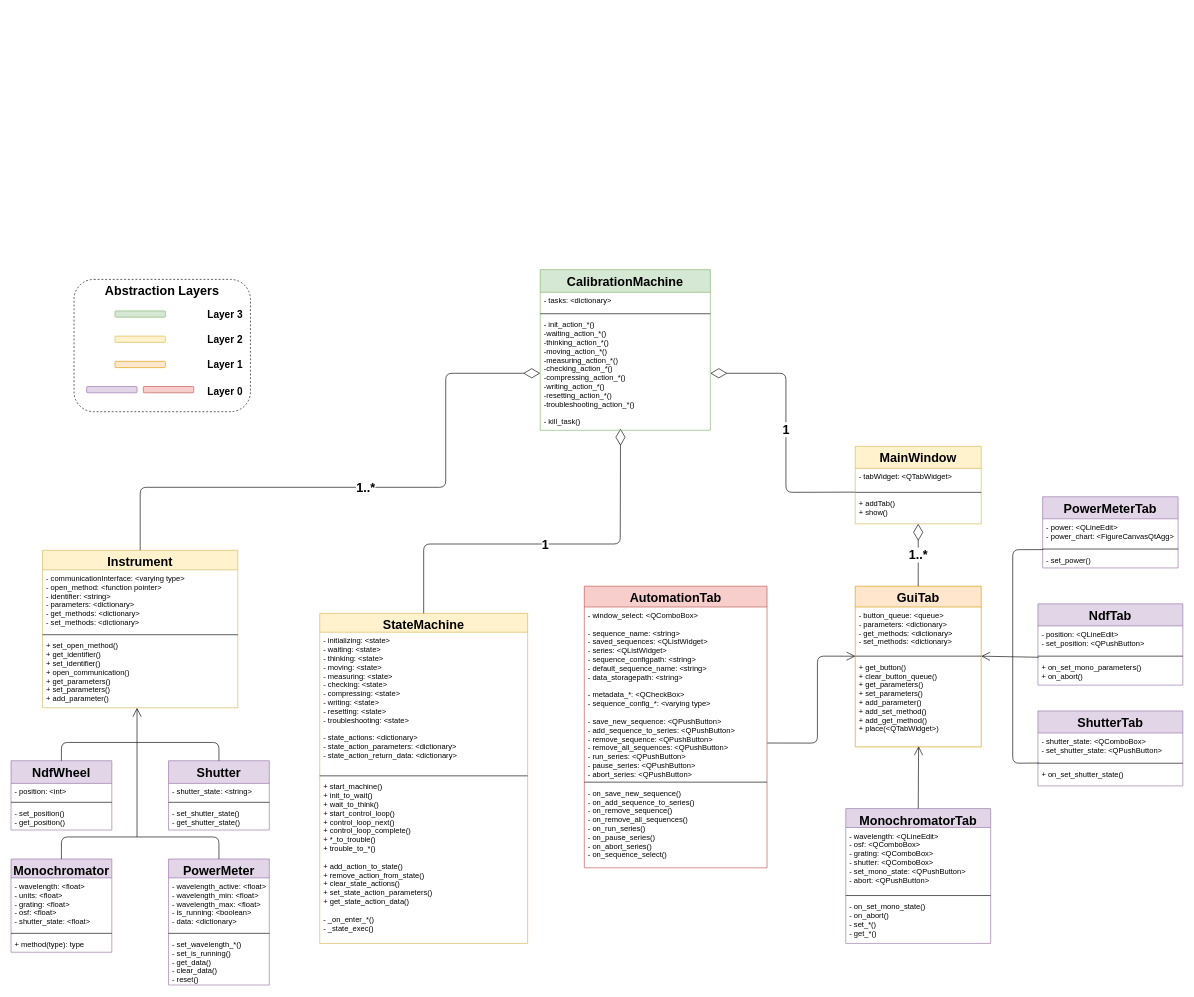
Earlier version of the draw.io diagram SPHEREx-Calibration-Automation/presentations/Review/SPHEREx_TestCal_AutomationSoftware.drawio (samcondon4/SPHEREx-lab-tools). Source tidied: cells renumbered, new cells numbered last; positions are measured from the earlier drawing's top-left corner, leaving out a move shared by most shapes. Both pictures are drawn from the tidied source at 63%, with x=0, y=0 at pixel (11, 269).
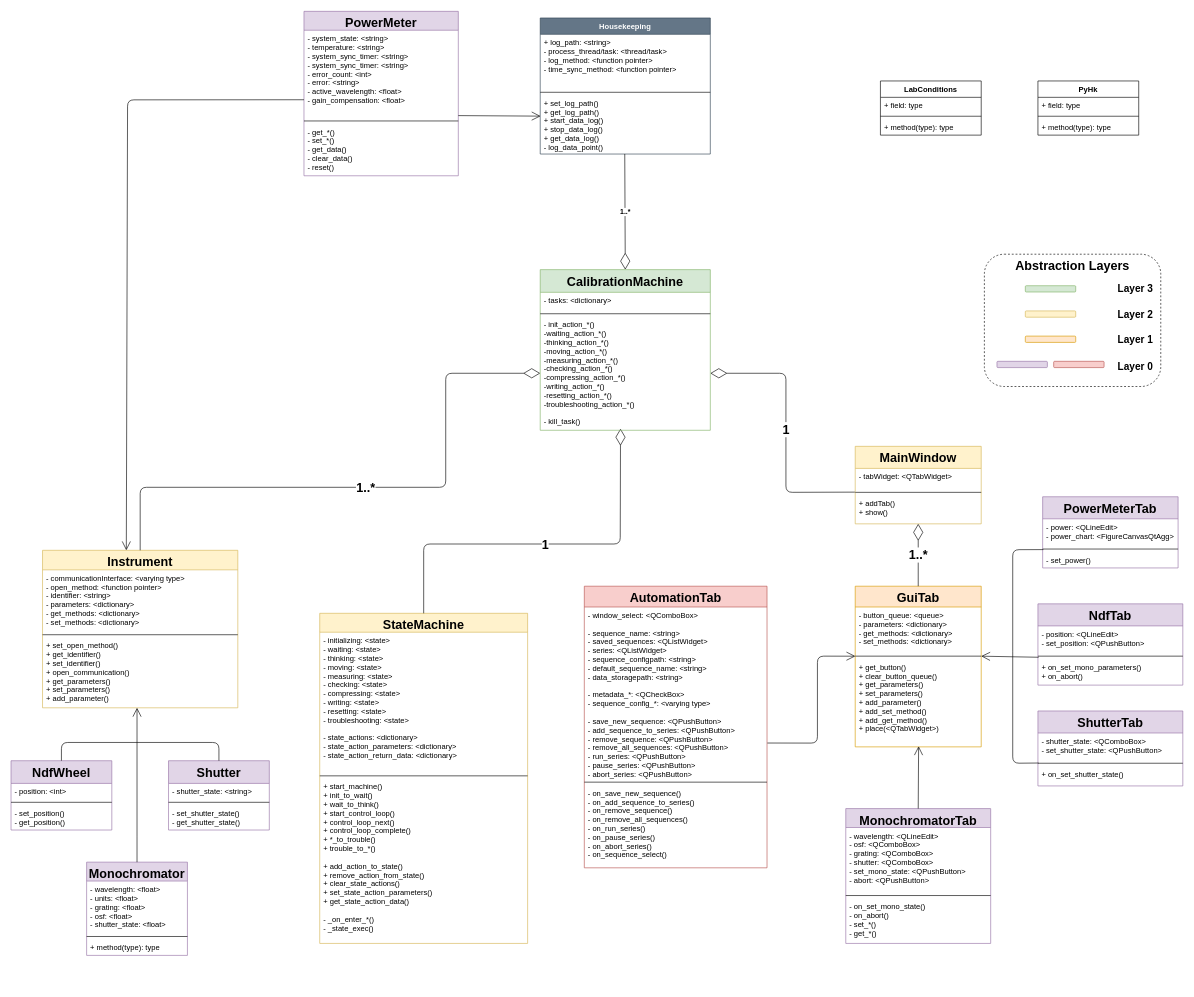
Above is the later version.

The change refers to these unchanged cells:
```xml
<mxCell id="69" value="CalibrationMachine" style="swimlane;fontStyle=1;align=center;verticalAlign=top;horizontal=1;startSize=36;fontSize=20;strokeColor=#82b366;fillColor=#d5e8d4;" parent="1" vertex="1">
  <mxGeometry x="840" y="0.5" width="270" height="255" as="geometry" />
</mxCell>
```

Change to the diagram source:
```diff
@@
     <mxCell id="2" value="Abstraction Layers" style="rounded=1;whiteSpace=wrap;html=1;fontSize=20;align=center;fillColor=none;dashed=1;verticalAlign=top;fontStyle=1;" parent="1" vertex="1">
-      <mxGeometry x="100" y="16" width="280" height="210" as="geometry" />
+      <mxGeometry x="1545" y="-24" width="280" height="210" as="geometry" />
     </mxCell>
@@
     <mxCell id="55" value="Monochromator" style="swimlane;fontStyle=1;align=center;verticalAlign=top;horizontal=1;startSize=30;fontSize=20;fillColor=#e1d5e7;strokeColor=#9673a6;" parent="1" vertex="1">
-      <mxGeometry y="936" width="160" height="148" as="geometry" />
+      <mxGeometry x="120" y="941" width="160" height="148" as="geometry" />
     </mxCell>
@@
     <mxCell id="59" value="PowerMeter" style="swimlane;fontStyle=1;align=center;verticalAlign=top;horizontal=1;startSize=30;fontSize=20;fillColor=#e1d5e7;strokeColor=#9673a6;" parent="1" vertex="1">
-      <mxGeometry x="250" y="936" width="160" height="200" as="geometry" />
+      <mxGeometry x="465" y="-409.5" width="245" height="261" as="geometry" />
     </mxCell>
-    <mxCell id="60" value="- wavelength_active: &lt;float&gt;&#10;- wavelength_min: &lt;float&gt;&#10;- wavelength_max: &lt;float&gt;&#10;- is_running: &lt;boolean&gt;&#10;- data: &lt;dictionary&gt;" style="text;strokeColor=none;fillColor=none;align=left;verticalAlign=top;spacingLeft=4;spacingRight=4;overflow=hidden;points=[[0,0.5],[1,0.5]];portConstraint=eastwest;" parent="59" vertex="1">
-      <mxGeometry y="30" width="160" height="84" as="geometry" />
+    <mxCell id="60" value="- system_state: &lt;string&gt;&#10;- temperature: &lt;string&gt;&#10;- system_sync_timer: &lt;string&gt;&#10;- system_sync_timer: &lt;string&gt;&#10;- error_count: &lt;int&gt;&#10;- error: &lt;string&gt;&#10;- active_wavelength: &lt;float&gt;&#10;- gain_compensation: &lt;float&gt;&#10;" style="text;strokeColor=none;fillColor=none;align=left;verticalAlign=top;spacingLeft=4;spacingRight=4;overflow=hidden;points=[[0,0.5],[1,0.5]];portConstraint=eastwest;" parent="59" vertex="1">
+      <mxGeometry y="30" width="245" height="140" as="geometry" />
     </mxCell>
     <mxCell id="61" style="line;strokeWidth=1;fillColor=none;align=left;verticalAlign=middle;spacingTop=-1;spacingLeft=3;spacingRight=3;labelPosition=right;" parent="59" vertex="1">
-      <mxGeometry y="114" width="160" height="8" as="geometry" />
+      <mxGeometry y="170" width="245" height="8" as="geometry" />
     </mxCell>
-    <mxCell id="62" value="- set_wavelength_*()&#10;- set_is_running()&#10;- get_data()&#10;- clear_data()&#10;- reset()" style="text;strokeColor=none;fillColor=none;align=left;verticalAlign=top;spacingLeft=4;spacingRight=4;overflow=hidden;" parent="59" vertex="1">
-      <mxGeometry y="122" width="160" height="78" as="geometry" />
+    <mxCell id="62" value="- get_*()&#10;- set_*()&#10;- get_data()&#10;- clear_data()&#10;- reset()" style="text;strokeColor=none;fillColor=none;align=left;verticalAlign=top;spacingLeft=4;spacingRight=4;overflow=hidden;" parent="59" vertex="1">
+      <mxGeometry y="178" width="245" height="83" as="geometry" />
     </mxCell>
@@
     <mxCell id="66" style="endArrow=none;html=1;fontSize=20;exitX=0.5;exitY=0;exitDx=0;exitDy=0;" parent="1" edge="1" source="55">
       <mxGeometry relative="1" as="geometry">
         <mxPoint x="200" y="901" as="targetPoint" />
-        <Array as="points">
-          <mxPoint x="80" y="901" />
-        </Array>
       </mxGeometry>
     </mxCell>
-    <mxCell id="67" style="endArrow=none;html=1;fontSize=20;exitX=0.5;exitY=0;exitDx=0;exitDy=0;" parent="1" edge="1" source="59">
-      <mxGeometry relative="1" as="geometry">
-        <mxPoint x="200" y="901" as="targetPoint" />
-        <Array as="points">
-          <mxPoint x="330" y="901" />
-        </Array>
-      </mxGeometry>
-    </mxCell>
@@
     <mxCell id="73" style="rounded=1;whiteSpace=wrap;html=1;fontSize=12;strokeColor=#d6b656;align=left;fillColor=#fff2cc;" parent="1" vertex="1">
-      <mxGeometry x="165" y="106" width="80" height="10" as="geometry" />
+      <mxGeometry x="1610" y="66" width="80" height="10" as="geometry" />
     </mxCell>
     <mxCell id="74" style="rounded=1;whiteSpace=wrap;html=1;fontSize=12;strokeColor=#b85450;align=left;fillColor=#f8cecc;" parent="1" vertex="1">
-      <mxGeometry x="210" y="186" width="80" height="10" as="geometry" />
+      <mxGeometry x="1655" y="146" width="80" height="10" as="geometry" />
     </mxCell>
     <mxCell id="75" style="rounded=1;whiteSpace=wrap;html=1;fontSize=12;strokeColor=#9673a6;align=left;fillColor=#e1d5e7;" parent="1" vertex="1">
-      <mxGeometry x="120" y="186" width="80" height="10" as="geometry" />
+      <mxGeometry x="1565" y="146" width="80" height="10" as="geometry" />
     </mxCell>
     <mxCell id="76" style="rounded=1;whiteSpace=wrap;html=1;fontSize=12;strokeColor=#d79b00;align=left;fillColor=#ffe6cc;" parent="1" vertex="1">
-      <mxGeometry x="165" y="146" width="80" height="10" as="geometry" />
+      <mxGeometry x="1610" y="106" width="80" height="10" as="geometry" />
     </mxCell>
     <mxCell id="77" style="rounded=1;whiteSpace=wrap;html=1;fontSize=12;strokeColor=#82b366;align=left;fillColor=#d5e8d4;" parent="1" vertex="1">
-      <mxGeometry x="165" y="66" width="80" height="10" as="geometry" />
+      <mxGeometry x="1610" y="26" width="80" height="10" as="geometry" />
     </mxCell>
     <mxCell id="78" value="Layer 0" style="text;html=1;strokeColor=none;fillColor=none;align=center;verticalAlign=middle;whiteSpace=wrap;rounded=0;fontStyle=1;fontSize=16;" parent="1" vertex="1">
-      <mxGeometry x="310" y="186" width="60" height="15" as="geometry" />
+      <mxGeometry x="1755" y="146" width="60" height="15" as="geometry" />
     </mxCell>
     <mxCell id="79" value="Layer 1" style="text;html=1;strokeColor=none;fillColor=none;align=center;verticalAlign=middle;whiteSpace=wrap;rounded=0;fontStyle=1;fontSize=16;" parent="1" vertex="1">
-      <mxGeometry x="310" y="141" width="60" height="20" as="geometry" />
+      <mxGeometry x="1755" y="101" width="60" height="20" as="geometry" />
     </mxCell>
     <mxCell id="80" value="Layer 2" style="text;html=1;strokeColor=none;fillColor=none;align=center;verticalAlign=middle;whiteSpace=wrap;rounded=0;fontStyle=1;fontSize=16;" parent="1" vertex="1">
-      <mxGeometry x="310" y="101" width="60" height="20" as="geometry" />
+      <mxGeometry x="1755" y="61" width="60" height="20" as="geometry" />
     </mxCell>
     <mxCell id="81" value="Layer 3" style="text;html=1;strokeColor=none;fillColor=none;align=center;verticalAlign=middle;whiteSpace=wrap;rounded=0;fontStyle=1;fontSize=16;" parent="1" vertex="1">
-      <mxGeometry x="310" y="61" width="60" height="20" as="geometry" />
+      <mxGeometry x="1755" y="21" width="60" height="20" as="geometry" />
     </mxCell>
+    <mxCell id="82" value="Housekeeping" style="swimlane;fontStyle=1;align=center;verticalAlign=top;horizontal=1;startSize=26;fillColor=#647687;strokeColor=#314354;fontColor=#ffffff;" parent="1" vertex="1">
+      <mxGeometry x="840" y="-399" width="270" height="216" as="geometry" />
+    </mxCell>
+    <mxCell id="83" value="+ log_path: &lt;string&gt;&#10;- process_thread/task: &lt;thread/task&gt;&#10;- log_method: &lt;function pointer&gt;&#10;- time_sync_method: &lt;function pointer&gt;" style="text;strokeColor=none;fillColor=none;align=left;verticalAlign=top;spacingLeft=4;spacingRight=4;overflow=hidden;" parent="82" vertex="1">
+      <mxGeometry y="26" width="270" height="88" as="geometry" />
+    </mxCell>
+    <mxCell id="84" style="line;strokeWidth=1;fillColor=none;align=left;verticalAlign=middle;spacingTop=-1;spacingLeft=3;spacingRight=3;labelPosition=right;" parent="82" vertex="1">
+      <mxGeometry y="114" width="270" height="8" as="geometry" />
+    </mxCell>
+    <mxCell id="85" value="+ set_log_path()&#10;+ get_log_path()&#10;+ start_data_log()&#10;+ stop_data_log()&#10;+ get_data_log()&#10;- log_data_point()" style="text;strokeColor=none;fillColor=none;align=left;verticalAlign=top;spacingLeft=4;spacingRight=4;overflow=hidden;points=[[0,0.5],[1,0.5]];portConstraint=eastwest;" parent="82" vertex="1">
+      <mxGeometry y="122" width="270" height="94" as="geometry" />
+    </mxCell>
+    <mxCell id="86" value="1..*" style="endArrow=diamondThin;endFill=0;endSize=24;html=1;entryX=0.5;entryY=0;entryDx=0;entryDy=0;fontStyle=1;exitX=0.497;exitY=0.999;exitDx=0;exitDy=0;exitPerimeter=0;" parent="1" edge="1" source="85" target="69">
+      <mxGeometry relative="1" as="geometry" />
+    </mxCell>
+    <mxCell id="87" value="PyHk&#10;" style="swimlane;fontStyle=1;align=center;verticalAlign=top;horizontal=1;startSize=26;" parent="1" vertex="1">
+      <mxGeometry x="1630" y="-299" width="160" height="86" as="geometry" />
+    </mxCell>
+    <mxCell id="88" value="+ field: type" style="text;strokeColor=none;fillColor=none;align=left;verticalAlign=top;spacingLeft=4;spacingRight=4;overflow=hidden;" parent="87" vertex="1">
+      <mxGeometry y="26" width="160" height="26" as="geometry" />
+    </mxCell>
+    <mxCell id="89" style="line;strokeWidth=1;fillColor=none;align=left;verticalAlign=middle;spacingTop=-1;spacingLeft=3;spacingRight=3;labelPosition=right;" parent="87" vertex="1">
+      <mxGeometry y="52" width="160" height="8" as="geometry" />
+    </mxCell>
+    <mxCell id="90" value="+ method(type): type" style="text;strokeColor=none;fillColor=none;align=left;verticalAlign=top;spacingLeft=4;spacingRight=4;overflow=hidden;" parent="87" vertex="1">
+      <mxGeometry y="60" width="160" height="26" as="geometry" />
+    </mxCell>
+    <mxCell id="91" value="LabConditions" style="swimlane;fontStyle=1;align=center;verticalAlign=top;horizontal=1;startSize=26;" parent="1" vertex="1">
+      <mxGeometry x="1380" y="-299" width="160" height="86" as="geometry" />
+    </mxCell>
+    <mxCell id="92" value="+ field: type" style="text;strokeColor=none;fillColor=none;align=left;verticalAlign=top;spacingLeft=4;spacingRight=4;overflow=hidden;" parent="91" vertex="1">
+      <mxGeometry y="26" width="160" height="26" as="geometry" />
+    </mxCell>
+    <mxCell id="93" style="line;strokeWidth=1;fillColor=none;align=left;verticalAlign=middle;spacingTop=-1;spacingLeft=3;spacingRight=3;labelPosition=right;" parent="91" vertex="1">
+      <mxGeometry y="52" width="160" height="8" as="geometry" />
+    </mxCell>
+    <mxCell id="94" value="+ method(type): type" style="text;strokeColor=none;fillColor=none;align=left;verticalAlign=top;spacingLeft=4;spacingRight=4;overflow=hidden;" parent="91" vertex="1">
+      <mxGeometry y="60" width="160" height="26" as="geometry" />
+    </mxCell>
+    <mxCell id="95" style="endArrow=open;endFill=1;endSize=12;html=1;entryX=0.002;entryY=0.36;entryDx=0;entryDy=0;entryPerimeter=0;" parent="1" edge="1" target="85">
+      <mxGeometry relative="1" as="geometry">
+        <mxPoint x="710" y="-244" as="sourcePoint" />
+      </mxGeometry>
+    </mxCell>
+    <mxCell id="96" style="endArrow=open;endFill=1;endSize=12;html=1;exitX=0;exitY=0.788;exitDx=0;exitDy=0;exitPerimeter=0;" parent="1" edge="1" source="60">
+      <mxGeometry relative="1" as="geometry">
+        <mxPoint x="183" y="446" as="targetPoint" />
+        <Array as="points">
+          <mxPoint x="185" y="-269" />
+        </Array>
+      </mxGeometry>
+    </mxCell>
```
